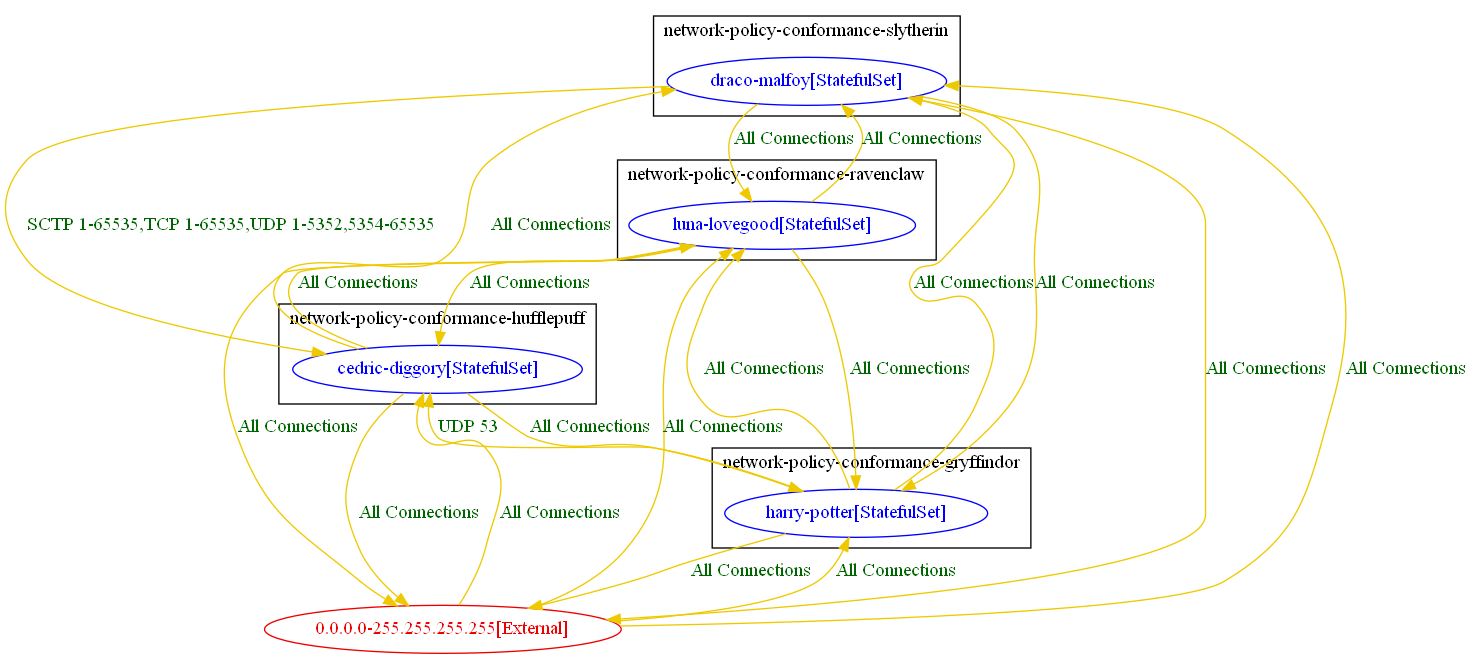
Before: test_outputs/connlist/anp_test_6_connlist_output.dot.png, a diagram exported from Graphviz (np-guard/netpol-analyzer). Its source is kept beside it as test_outputs/connlist/anp_test_6_connlist_output.dot. Source of this version:
```dot
digraph {
	subgraph "cluster_network_policy_conformance_gryffindor" {
		color="black"
		fontcolor="black"
		"network-policy-conformance-gryffindor/harry-potter[StatefulSet]" [label="harry-potter[StatefulSet]" color="blue" fontcolor="blue"]
		label="network-policy-conformance-gryffindor"
	}
	subgraph "cluster_network_policy_conformance_hufflepuff" {
		color="black"
		fontcolor="black"
		"network-policy-conformance-hufflepuff/cedric-diggory[StatefulSet]" [label="cedric-diggory[StatefulSet]" color="blue" fontcolor="blue"]
		label="network-policy-conformance-hufflepuff"
	}
	subgraph "cluster_network_policy_conformance_ravenclaw" {
		color="black"
		fontcolor="black"
		"network-policy-conformance-ravenclaw/luna-lovegood[StatefulSet]" [label="luna-lovegood[StatefulSet]" color="blue" fontcolor="blue"]
		label="network-policy-conformance-ravenclaw"
	}
	subgraph "cluster_network_policy_conformance_slytherin" {
		color="black"
		fontcolor="black"
		"network-policy-conformance-slytherin/draco-malfoy[StatefulSet]" [label="draco-malfoy[StatefulSet]" color="blue" fontcolor="blue"]
		label="network-policy-conformance-slytherin"
	}
	"0.0.0.0-255.255.255.255[External]" [label="0.0.0.0-255.255.255.255[External]" color="red2" fontcolor="red2"]
	"0.0.0.0-255.255.255.255[External]" -> "network-policy-conformance-gryffindor/harry-potter[StatefulSet]" [label="All Connections" color="gold2" fontcolor="darkgreen" weight=0.5]
	"0.0.0.0-255.255.255.255[External]" -> "network-policy-conformance-hufflepuff/cedric-diggory[StatefulSet]" [label="All Connections" color="gold2" fontcolor="darkgreen" weight=0.5]
	"0.0.0.0-255.255.255.255[External]" -> "network-policy-conformance-ravenclaw/luna-lovegood[StatefulSet]" [label="All Connections" color="gold2" fontcolor="darkgreen" weight=0.5]
	"0.0.0.0-255.255.255.255[External]" -> "network-policy-conformance-slytherin/draco-malfoy[StatefulSet]" [label="All Connections" color="gold2" fontcolor="darkgreen" weight=0.5]
	"network-policy-conformance-gryffindor/harry-potter[StatefulSet]" -> "0.0.0.0-255.255.255.255[External]" [label="All Connections" color="gold2" fontcolor="darkgreen" weight=1]
	"network-policy-conformance-gryffindor/harry-potter[StatefulSet]" -> "network-policy-conformance-hufflepuff/cedric-diggory[StatefulSet]" [label="UDP 53" color="gold2" fontcolor="darkgreen" weight=0.5]
	"network-policy-conformance-gryffindor/harry-potter[StatefulSet]" -> "network-policy-conformance-ravenclaw/luna-lovegood[StatefulSet]" [label="All Connections" color="gold2" fontcolor="darkgreen" weight=0.5]
	"network-policy-conformance-gryffindor/harry-potter[StatefulSet]" -> "network-policy-conformance-slytherin/draco-malfoy[StatefulSet]" [label="All Connections" color="gold2" fontcolor="darkgreen" weight=0.5]
	"network-policy-conformance-hufflepuff/cedric-diggory[StatefulSet]" -> "0.0.0.0-255.255.255.255[External]" [label="All Connections" color="gold2" fontcolor="darkgreen" weight=1]
	"network-policy-conformance-hufflepuff/cedric-diggory[StatefulSet]" -> "network-policy-conformance-gryffindor/harry-potter[StatefulSet]" [label="All Connections" color="gold2" fontcolor="darkgreen" weight=1]
	"network-policy-conformance-hufflepuff/cedric-diggory[StatefulSet]" -> "network-policy-conformance-ravenclaw/luna-lovegood[StatefulSet]" [label="All Connections" color="gold2" fontcolor="darkgreen" weight=0.5]
	"network-policy-conformance-hufflepuff/cedric-diggory[StatefulSet]" -> "network-policy-conformance-slytherin/draco-malfoy[StatefulSet]" [label="All Connections" color="gold2" fontcolor="darkgreen" weight=0.5]
	"network-policy-conformance-ravenclaw/luna-lovegood[StatefulSet]" -> "0.0.0.0-255.255.255.255[External]" [label="All Connections" color="gold2" fontcolor="darkgreen" weight=1]
	"network-policy-conformance-ravenclaw/luna-lovegood[StatefulSet]" -> "network-policy-conformance-gryffindor/harry-potter[StatefulSet]" [label="All Connections" color="gold2" fontcolor="darkgreen" weight=1]
	"network-policy-conformance-ravenclaw/luna-lovegood[StatefulSet]" -> "network-policy-conformance-hufflepuff/cedric-diggory[StatefulSet]" [label="All Connections" color="gold2" fontcolor="darkgreen" weight=1]
	"network-policy-conformance-ravenclaw/luna-lovegood[StatefulSet]" -> "network-policy-conformance-slytherin/draco-malfoy[StatefulSet]" [label="All Connections" color="gold2" fontcolor="darkgreen" weight=0.5]
	"network-policy-conformance-slytherin/draco-malfoy[StatefulSet]" -> "0.0.0.0-255.255.255.255[External]" [label="All Connections" color="gold2" fontcolor="darkgreen" weight=1]
	"network-policy-conformance-slytherin/draco-malfoy[StatefulSet]" -> "network-policy-conformance-gryffindor/harry-potter[StatefulSet]" [label="All Connections" color="gold2" fontcolor="darkgreen" weight=1]
	"network-policy-conformance-slytherin/draco-malfoy[StatefulSet]" -> "network-policy-conformance-hufflepuff/cedric-diggory[StatefulSet]" [label="SCTP 1-65535,TCP 1-65535,UDP 1-5352,5354-65535" color="gold2" fontcolor="darkgreen" weight=1]
	"network-policy-conformance-slytherin/draco-malfoy[StatefulSet]" -> "network-policy-conformance-ravenclaw/luna-lovegood[StatefulSet]" [label="All Connections" color="gold2" fontcolor="darkgreen" weight=1]
}
```
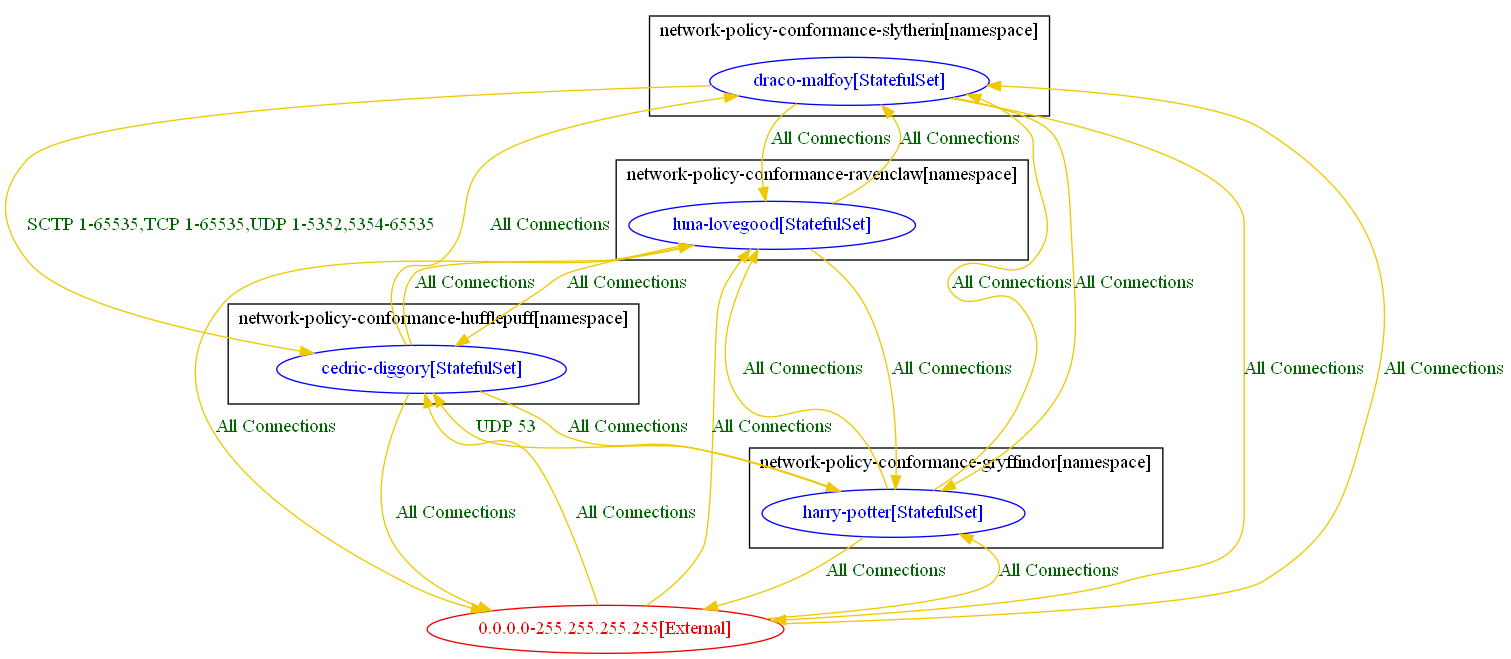
Above is the later version.

Diff of the diagram source:
```diff
@@ -1,27 +1,27 @@
 digraph {
-	subgraph "cluster_network_policy_conformance_gryffindor" {
+	subgraph "cluster_network_policy_conformance_gryffindor[namespace]" {
 		color="black"
 		fontcolor="black"
 		"network-policy-conformance-gryffindor/harry-potter[StatefulSet]" [label="harry-potter[StatefulSet]" color="blue" fontcolor="blue"]
-		label="network-policy-conformance-gryffindor"
+		label="network-policy-conformance-gryffindor[namespace]"
 	}
-	subgraph "cluster_network_policy_conformance_hufflepuff" {
+	subgraph "cluster_network_policy_conformance_hufflepuff[namespace]" {
 		color="black"
 		fontcolor="black"
 		"network-policy-conformance-hufflepuff/cedric-diggory[StatefulSet]" [label="cedric-diggory[StatefulSet]" color="blue" fontcolor="blue"]
-		label="network-policy-conformance-hufflepuff"
+		label="network-policy-conformance-hufflepuff[namespace]"
 	}
-	subgraph "cluster_network_policy_conformance_ravenclaw" {
+	subgraph "cluster_network_policy_conformance_ravenclaw[namespace]" {
 		color="black"
 		fontcolor="black"
 		"network-policy-conformance-ravenclaw/luna-lovegood[StatefulSet]" [label="luna-lovegood[StatefulSet]" color="blue" fontcolor="blue"]
-		label="network-policy-conformance-ravenclaw"
+		label="network-policy-conformance-ravenclaw[namespace]"
 	}
-	subgraph "cluster_network_policy_conformance_slytherin" {
+	subgraph "cluster_network_policy_conformance_slytherin[namespace]" {
 		color="black"
 		fontcolor="black"
 		"network-policy-conformance-slytherin/draco-malfoy[StatefulSet]" [label="draco-malfoy[StatefulSet]" color="blue" fontcolor="blue"]
-		label="network-policy-conformance-slytherin"
+		label="network-policy-conformance-slytherin[namespace]"
 	}
 	"0.0.0.0-255.255.255.255[External]" [label="0.0.0.0-255.255.255.255[External]" color="red2" fontcolor="red2"]
 	"0.0.0.0-255.255.255.255[External]" -> "network-policy-conformance-gryffindor/harry-potter[StatefulSet]" [label="All Connections" color="gold2" fontcolor="darkgreen" weight=0.5]
```
